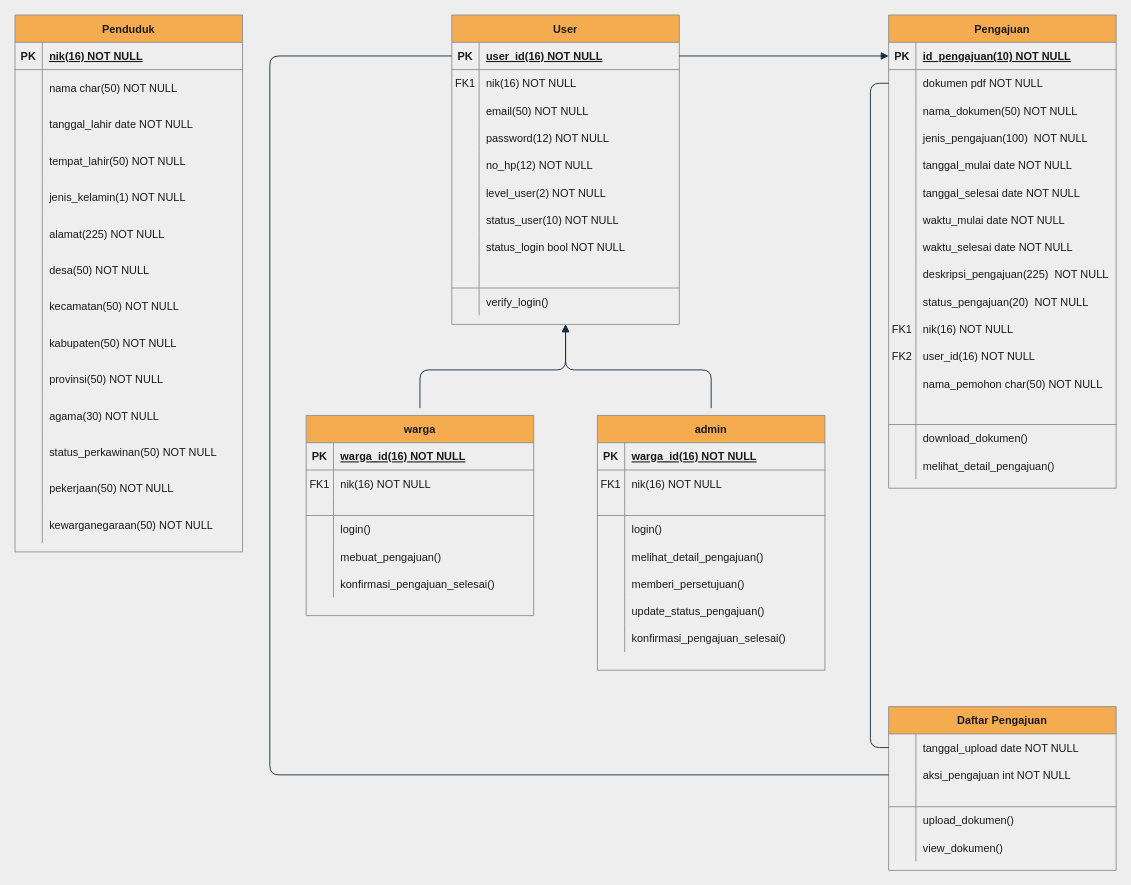
Before: Untitled Diagram.drawio in AkbarMarunduri/Saga-Diagram, a draw.io diagram. Source tidied: cells renumbered, new cells numbered last; positions are measured from the earlier drawing's top-left corner, leaving out a move shared by most shapes. Both pictures are drawn from the tidied source at 91%, with x=0, y=0 at pixel (15, 15).
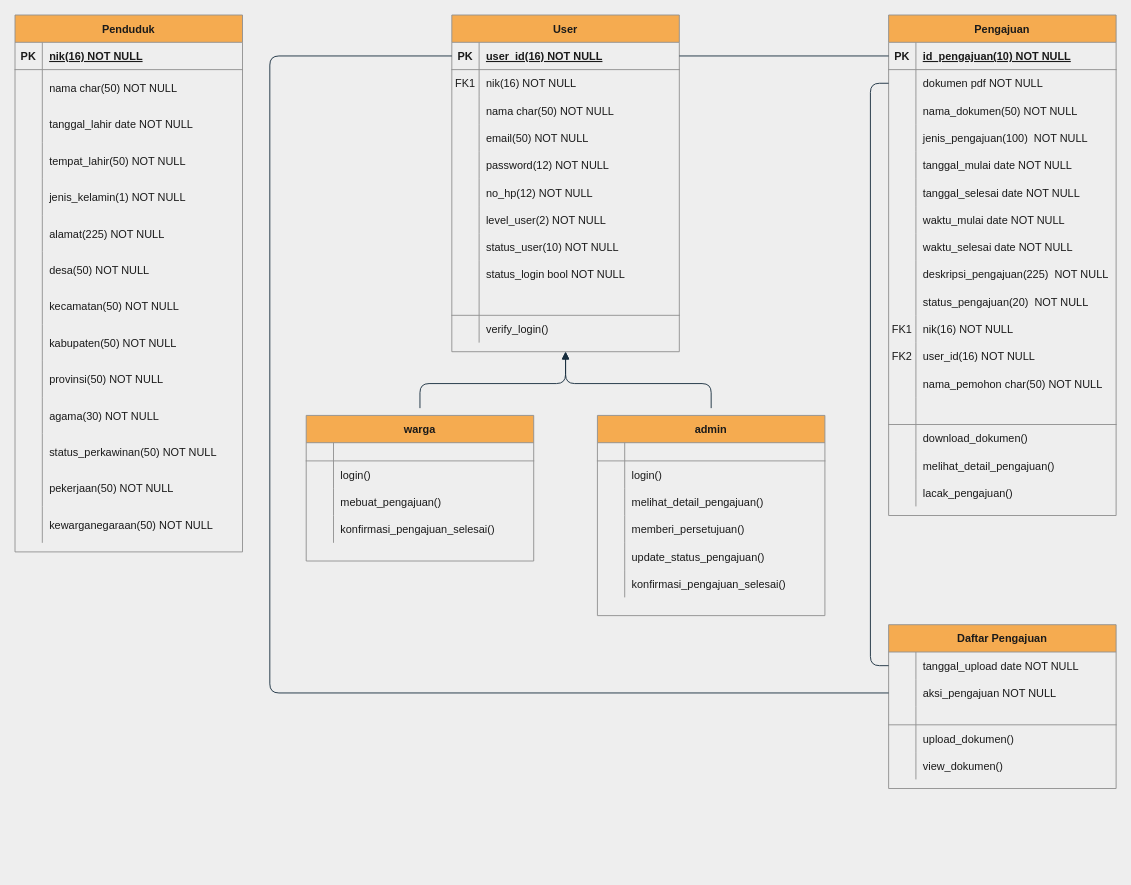
The same page after the edit.

The change refers to these unchanged cells:
```xml
<mxCell id="3" style="shape=partialRectangle;fillColor=none;points=[[0,0.5],[1,0.5]];portConstraint=eastwest;top=0;left=0;right=0;bottom=1;strokeColor=#909090;fontColor=#1A1A1A;" parent="2" vertex="1">
  <mxGeometry y="30" width="250" height="30" as="geometry" />
</mxCell>
<mxCell id="52" style="shape=partialRectangle;fillColor=none;points=[[0,0.5],[1,0.5]];portConstraint=eastwest;top=0;left=0;right=0;bottom=1;strokeColor=#909090;fontColor=#1A1A1A;" parent="51" vertex="1">
  <mxGeometry y="30" width="250" height="30" as="geometry" />
</mxCell>
<mxCell id="177" style="shape=partialRectangle;fillColor=none;points=[[0,0.5],[1,0.5]];portConstraint=eastwest;top=0;left=0;right=0;bottom=0;strokeColor=#909090;fontColor=#1A1A1A;" parent="173" vertex="1">
  <mxGeometry y="60" width="250" height="30" as="geometry" />
</mxCell>
```

The edit, as a diff of the source:
```diff
@@
     <mxCell id="2" value="Pengajuan" style="shape=table;startSize=30;childLayout=tableLayout;rowLines=0;fontStyle=1;align=center;fillColor=#F5AB50;strokeColor=#909090;fontColor=#1A1A1A;" parent="1" vertex="1">
-      <mxGeometry x="960" width="250" height="520" as="geometry" />
+      <mxGeometry x="960" width="250" height="550" as="geometry" />
     </mxCell>
@@
+    <mxCell id="191" style="shape=partialRectangle;fillColor=none;top=0;left=0;right=0;bottom=0;strokeColor=#909090;fontColor=#1A1A1A;" parent="2" vertex="1">
+      <mxGeometry y="510" width="250" height="30" as="geometry" />
+    </mxCell>
+    <mxCell id="192" style="shape=partialRectangle;overflow=hidden;fillColor=none;top=0;left=0;bottom=0;right=0;strokeColor=#909090;fontColor=#1A1A1A;" parent="191" vertex="1">
+      <mxGeometry width="30" height="30" as="geometry" />
+    </mxCell>
+    <mxCell id="193" value="lacak_pengajuan()" style="shape=partialRectangle;overflow=hidden;fillColor=none;top=0;left=0;bottom=0;right=0;align=left;spacingLeft=6;strokeColor=#909090;fontColor=#1A1A1A;" parent="191" vertex="1">
+      <mxGeometry x="30" width="220" height="30" as="geometry" />
+    </mxCell>
     <mxCell id="51" value="User" style="shape=table;startSize=30;childLayout=tableLayout;rowLines=0;fontStyle=1;align=center;fillColor=#F5AB50;strokeColor=#909090;fontColor=#1A1A1A;" parent="1" vertex="1">
-      <mxGeometry x="480" width="250" height="340" as="geometry" />
+      <mxGeometry x="480" width="250" height="370" as="geometry" />
     </mxCell>
@@
+    <mxCell id="194" style="shape=partialRectangle;fillColor=none;top=0;left=0;right=0;bottom=0;strokeColor=#909090;fontColor=#1A1A1A;" parent="51" vertex="1">
+      <mxGeometry y="90" width="250" height="30" as="geometry" />
+    </mxCell>
+    <mxCell id="195" style="shape=partialRectangle;overflow=hidden;fillColor=none;top=0;left=0;bottom=0;right=0;strokeColor=#909090;fontColor=#1A1A1A;" parent="194" vertex="1">
+      <mxGeometry width="30" height="30" as="geometry" />
+    </mxCell>
+    <mxCell id="196" value="nama char(50) NOT NULL" style="shape=partialRectangle;overflow=hidden;fillColor=none;top=0;left=0;bottom=0;right=0;align=left;spacingLeft=6;strokeColor=#909090;fontColor=#1A1A1A;" parent="194" vertex="1">
+      <mxGeometry x="30" width="220" height="30" as="geometry" />
+    </mxCell>
     <mxCell id="58" style="shape=partialRectangle;fillColor=none;top=0;left=0;right=0;bottom=0;strokeColor=#909090;fontColor=#1A1A1A;" parent="51" vertex="1">
-      <mxGeometry y="90" width="250" height="30" as="geometry" />
+      <mxGeometry y="120" width="250" height="30" as="geometry" />
     </mxCell>
@@
     <mxCell id="61" style="shape=partialRectangle;fillColor=none;top=0;left=0;right=0;bottom=0;strokeColor=#909090;fontColor=#1A1A1A;" parent="51" vertex="1">
-      <mxGeometry y="120" width="250" height="30" as="geometry" />
+      <mxGeometry y="150" width="250" height="30" as="geometry" />
     </mxCell>
@@
     <mxCell id="64" style="shape=partialRectangle;fillColor=none;top=0;left=0;right=0;bottom=0;strokeColor=#909090;fontColor=#1A1A1A;" parent="51" vertex="1">
-      <mxGeometry y="150" width="250" height="30" as="geometry" />
+      <mxGeometry y="180" width="250" height="30" as="geometry" />
     </mxCell>
@@
     <mxCell id="67" style="shape=partialRectangle;fillColor=none;top=0;left=0;right=0;bottom=0;strokeColor=#909090;fontColor=#1A1A1A;" parent="51" vertex="1">
-      <mxGeometry y="180" width="250" height="30" as="geometry" />
+      <mxGeometry y="210" width="250" height="30" as="geometry" />
     </mxCell>
@@
     <mxCell id="70" style="shape=partialRectangle;fillColor=none;top=0;left=0;right=0;bottom=0;strokeColor=#909090;fontColor=#1A1A1A;" parent="51" vertex="1">
-      <mxGeometry y="210" width="250" height="30" as="geometry" />
+      <mxGeometry y="240" width="250" height="30" as="geometry" />
     </mxCell>
@@
     <mxCell id="73" style="shape=partialRectangle;fillColor=none;top=0;left=0;right=0;bottom=0;strokeColor=#909090;fontColor=#1A1A1A;" parent="51" vertex="1">
-      <mxGeometry y="240" width="250" height="30" as="geometry" />
+      <mxGeometry y="270" width="250" height="30" as="geometry" />
     </mxCell>
@@
     <mxCell id="76" style="shape=partialRectangle;fillColor=none;top=0;left=0;right=0;bottom=1;strokeColor=#909090;fontColor=#1A1A1A;" parent="51" vertex="1">
-      <mxGeometry y="270" width="250" height="30" as="geometry" />
+      <mxGeometry y="300" width="250" height="30" as="geometry" />
     </mxCell>
@@
     <mxCell id="79" style="shape=partialRectangle;fillColor=none;top=0;left=0;right=0;bottom=0;strokeColor=#909090;fontColor=#1A1A1A;" parent="51" vertex="1">
-      <mxGeometry y="300" width="250" height="30" as="geometry" />
+      <mxGeometry y="330" width="250" height="30" as="geometry" />
     </mxCell>
@@
     <mxCell id="126" value="warga" style="shape=table;startSize=30;childLayout=tableLayout;rowLines=0;fontStyle=1;align=center;fillColor=#F5AB50;strokeColor=#909090;fontColor=#1A1A1A;" parent="1" vertex="1">
-      <mxGeometry x="320" y="440" width="250" height="220" as="geometry" />
+      <mxGeometry x="320" y="440" width="250" height="160" as="geometry" />
     </mxCell>
-    <mxCell id="127" style="shape=partialRectangle;fillColor=none;top=0;left=0;right=0;bottom=1;strokeColor=#909090;fontColor=#1A1A1A;" parent="126" vertex="1">
-      <mxGeometry y="30" width="250" height="30" as="geometry" />
-    </mxCell>
-    <mxCell id="128" value="PK" style="shape=partialRectangle;overflow=hidden;fillColor=none;top=0;left=0;bottom=0;right=0;fontStyle=1;strokeColor=#909090;fontColor=#1A1A1A;" parent="127" vertex="1">
-      <mxGeometry width="30" height="30" as="geometry" />
-    </mxCell>
-    <mxCell id="129" value="warga_id(16) NOT NULL " style="shape=partialRectangle;overflow=hidden;fillColor=none;top=0;left=0;bottom=0;right=0;align=left;spacingLeft=6;fontStyle=5;strokeColor=#909090;fontColor=#1A1A1A;" parent="127" vertex="1">
-      <mxGeometry x="30" width="220" height="30" as="geometry" />
-    </mxCell>
-    <mxCell id="130" style="shape=partialRectangle;fillColor=none;top=0;left=0;right=0;bottom=0;strokeColor=#909090;fontColor=#1A1A1A;" parent="126" vertex="1">
-      <mxGeometry y="60" width="250" height="30" as="geometry" />
-    </mxCell>
-    <mxCell id="131" value="FK1" style="shape=partialRectangle;overflow=hidden;fillColor=none;top=0;left=0;bottom=0;right=0;strokeColor=#909090;fontColor=#1A1A1A;" parent="130" vertex="1">
-      <mxGeometry width="30" height="30" as="geometry" />
-    </mxCell>
-    <mxCell id="132" value="nik(16) NOT NULL" style="shape=partialRectangle;overflow=hidden;fillColor=none;top=0;left=0;bottom=0;right=0;align=left;spacingLeft=6;strokeColor=#909090;fontColor=#1A1A1A;" parent="130" vertex="1">
-      <mxGeometry x="30" width="220" height="30" as="geometry" />
-    </mxCell>
     <mxCell id="133" style="shape=partialRectangle;fillColor=none;top=0;left=0;right=0;bottom=1;strokeColor=#909090;fontColor=#1A1A1A;" parent="126" vertex="1">
-      <mxGeometry y="90" width="250" height="20" as="geometry" />
+      <mxGeometry y="30" width="250" height="20" as="geometry" />
     </mxCell>
@@
     <mxCell id="136" style="shape=partialRectangle;fillColor=none;top=0;left=0;right=0;bottom=0;strokeColor=#909090;fontColor=#1A1A1A;" parent="126" vertex="1">
-      <mxGeometry y="110" width="250" height="30" as="geometry" />
+      <mxGeometry y="50" width="250" height="30" as="geometry" />
     </mxCell>
@@
     <mxCell id="139" style="shape=partialRectangle;fillColor=none;top=0;left=0;right=0;bottom=0;strokeColor=#909090;fontColor=#1A1A1A;" parent="126" vertex="1">
-      <mxGeometry y="140" width="250" height="30" as="geometry" />
+      <mxGeometry y="80" width="250" height="30" as="geometry" />
     </mxCell>
@@
     <mxCell id="142" style="shape=partialRectangle;fillColor=none;top=0;left=0;right=0;bottom=0;strokeColor=#909090;fontColor=#1A1A1A;" parent="126" vertex="1">
-      <mxGeometry y="170" width="250" height="30" as="geometry" />
+      <mxGeometry y="110" width="250" height="30" as="geometry" />
     </mxCell>
@@
     <mxCell id="147" value="admin" style="shape=table;startSize=30;childLayout=tableLayout;rowLines=0;fontStyle=1;align=center;fillColor=#F5AB50;strokeColor=#909090;fontColor=#1A1A1A;" parent="1" vertex="1">
-      <mxGeometry x="640" y="440" width="250" height="280" as="geometry" />
+      <mxGeometry x="640" y="440" width="250" height="220" as="geometry" />
     </mxCell>
-    <mxCell id="148" style="shape=partialRectangle;fillColor=none;top=0;left=0;right=0;bottom=1;strokeColor=#909090;fontColor=#1A1A1A;" parent="147" vertex="1">
-      <mxGeometry y="30" width="250" height="30" as="geometry" />
-    </mxCell>
-    <mxCell id="149" value="PK" style="shape=partialRectangle;overflow=hidden;fillColor=none;top=0;left=0;bottom=0;right=0;fontStyle=1;strokeColor=#909090;fontColor=#1A1A1A;" parent="148" vertex="1">
-      <mxGeometry width="30" height="30" as="geometry" />
-    </mxCell>
-    <mxCell id="150" value="warga_id(16) NOT NULL " style="shape=partialRectangle;overflow=hidden;fillColor=none;top=0;left=0;bottom=0;right=0;align=left;spacingLeft=6;fontStyle=5;strokeColor=#909090;fontColor=#1A1A1A;" parent="148" vertex="1">
-      <mxGeometry x="30" width="220" height="30" as="geometry" />
-    </mxCell>
-    <mxCell id="151" style="shape=partialRectangle;fillColor=none;top=0;left=0;right=0;bottom=0;strokeColor=#909090;fontColor=#1A1A1A;" parent="147" vertex="1">
-      <mxGeometry y="60" width="250" height="30" as="geometry" />
-    </mxCell>
-    <mxCell id="152" value="FK1" style="shape=partialRectangle;overflow=hidden;fillColor=none;top=0;left=0;bottom=0;right=0;strokeColor=#909090;fontColor=#1A1A1A;" parent="151" vertex="1">
-      <mxGeometry width="30" height="30" as="geometry" />
-    </mxCell>
-    <mxCell id="153" value="nik(16) NOT NULL" style="shape=partialRectangle;overflow=hidden;fillColor=none;top=0;left=0;bottom=0;right=0;align=left;spacingLeft=6;strokeColor=#909090;fontColor=#1A1A1A;" parent="151" vertex="1">
-      <mxGeometry x="30" width="220" height="30" as="geometry" />
-    </mxCell>
     <mxCell id="154" style="shape=partialRectangle;fillColor=none;top=0;left=0;right=0;bottom=1;strokeColor=#909090;fontColor=#1A1A1A;" parent="147" vertex="1">
-      <mxGeometry y="90" width="250" height="20" as="geometry" />
+      <mxGeometry y="30" width="250" height="20" as="geometry" />
     </mxCell>
@@
     <mxCell id="157" style="shape=partialRectangle;fillColor=none;top=0;left=0;right=0;bottom=0;strokeColor=#909090;fontColor=#1A1A1A;" parent="147" vertex="1">
-      <mxGeometry y="110" width="250" height="30" as="geometry" />
+      <mxGeometry y="50" width="250" height="30" as="geometry" />
     </mxCell>
@@
     <mxCell id="160" style="shape=partialRectangle;fillColor=none;top=0;left=0;right=0;bottom=0;strokeColor=#909090;fontColor=#1A1A1A;" parent="147" vertex="1">
-      <mxGeometry y="140" width="250" height="30" as="geometry" />
+      <mxGeometry y="80" width="250" height="30" as="geometry" />
     </mxCell>
@@
     <mxCell id="163" style="shape=partialRectangle;fillColor=none;top=0;left=0;right=0;bottom=0;strokeColor=#909090;fontColor=#1A1A1A;" parent="147" vertex="1">
-      <mxGeometry y="170" width="250" height="30" as="geometry" />
+      <mxGeometry y="110" width="250" height="30" as="geometry" />
     </mxCell>
@@
     <mxCell id="166" style="shape=partialRectangle;fillColor=none;top=0;left=0;right=0;bottom=0;strokeColor=#909090;fontColor=#1A1A1A;" parent="147" vertex="1">
-      <mxGeometry y="200" width="250" height="30" as="geometry" />
+      <mxGeometry y="140" width="250" height="30" as="geometry" />
     </mxCell>
@@
     <mxCell id="169" style="shape=partialRectangle;fillColor=none;top=0;left=0;right=0;bottom=0;strokeColor=#909090;fontColor=#1A1A1A;" parent="147" vertex="1">
-      <mxGeometry y="230" width="250" height="30" as="geometry" />
+      <mxGeometry y="170" width="250" height="30" as="geometry" />
     </mxCell>
@@
-    <mxCell id="172" style="edgeStyle=orthogonalEdgeStyle;rounded=1;sketch=0;jettySize=auto;html=1;exitX=1;exitY=0.5;exitDx=0;exitDy=0;entryX=0;entryY=0.5;entryDx=0;entryDy=0;fontColor=#1A1A1A;endArrow=block;endFill=1;sourcePerimeterSpacing=8;targetPerimeterSpacing=8;strokeColor=#182E3E;" parent="1" edge="1" source="52" target="3">
+    <mxCell id="172" style="edgeStyle=orthogonalEdgeStyle;rounded=1;sketch=0;jettySize=auto;html=1;exitX=1;exitY=0.5;exitDx=0;exitDy=0;entryX=0;entryY=0.5;entryDx=0;entryDy=0;fontColor=#1A1A1A;endArrow=none;endFill=0;sourcePerimeterSpacing=8;targetPerimeterSpacing=8;strokeColor=#182E3E;" parent="1" edge="1" source="52" target="3">
       <mxGeometry relative="1" as="geometry" />
     </mxCell>
     <mxCell id="173" value="Daftar Pengajuan" style="shape=table;startSize=30;childLayout=tableLayout;rowLines=0;fontStyle=1;align=center;fillColor=#F5AB50;strokeColor=#909090;fontColor=#1A1A1A;" parent="1" vertex="1">
-      <mxGeometry x="960" y="760" width="250" height="180" as="geometry" />
+      <mxGeometry x="960" y="670" width="250" height="180" as="geometry" />
     </mxCell>
@@
-    <mxCell id="179" value="aksi_pengajuan int NOT NULL" style="shape=partialRectangle;overflow=hidden;fillColor=none;top=0;left=0;bottom=0;right=0;align=left;spacingLeft=6;strokeColor=#909090;fontColor=#1A1A1A;" parent="177" vertex="1">
+    <mxCell id="179" value="aksi_pengajuan NOT NULL" style="shape=partialRectangle;overflow=hidden;fillColor=none;top=0;left=0;bottom=0;right=0;align=left;spacingLeft=6;strokeColor=#909090;fontColor=#1A1A1A;" parent="177" vertex="1">
       <mxGeometry x="30" width="220" height="30" as="geometry" />
     </mxCell>
@@
     <mxCell id="190" style="edgeStyle=orthogonalEdgeStyle;rounded=1;sketch=0;jettySize=auto;html=1;exitX=0;exitY=0.5;exitDx=0;exitDy=0;entryX=0;entryY=0.5;entryDx=0;entryDy=0;fontColor=#1A1A1A;endArrow=none;endFill=0;sourcePerimeterSpacing=8;targetPerimeterSpacing=8;strokeColor=#182E3E;" parent="1" edge="1" source="177" target="52">
       <mxGeometry relative="1" as="geometry">
         <Array as="points">
-          <mxPoint x="280" y="835" />
+          <mxPoint x="280" y="745" />
           <mxPoint x="280" y="45" />
         </Array>
       </mxGeometry>
     </mxCell>
```
